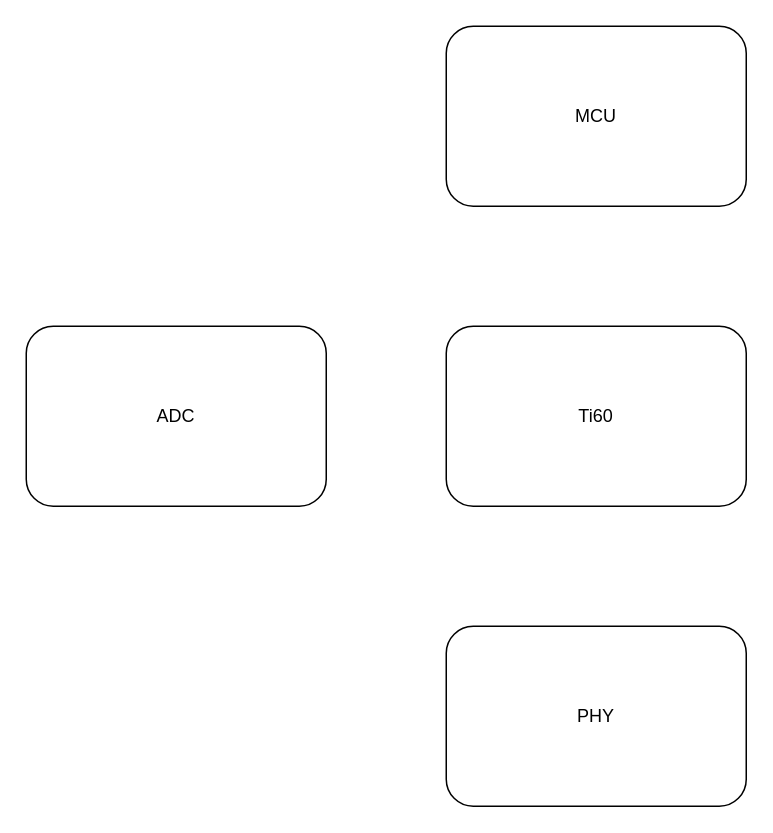
Above: A11-ATX-Platfrom.drawio in shenwangchong/learngit (draw.io), before the change. Source tidied: cells renumbered, new cells numbered last; positions are measured from the earlier drawing's top-left corner, leaving out a move shared by most shapes. Both pictures are drawn from the tidied source at 150%, with x=0, y=0 at pixel (26, 26).
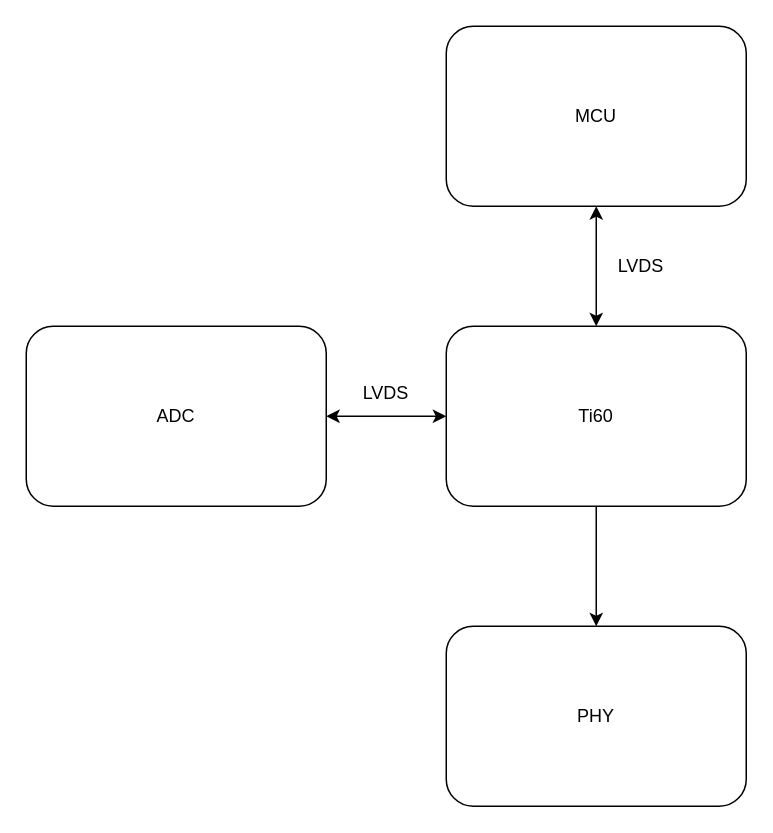
After the change.

Change to the diagram source:
```diff
@@
 <mxGraphModel>
   <root>
     <mxCell id="0" />
     <mxCell id="1" parent="0" />
     <mxCell id="2" value="Ti60" style="rounded=1;whiteSpace=wrap;html=1;roundedPerimeter=1;" parent="1" vertex="1">
       <mxGeometry x="280" y="200" width="200" height="120" as="geometry" />
     </mxCell>
     <mxCell id="3" value="MCU" style="rounded=1;whiteSpace=wrap;html=1;roundedPerimeter=1;" parent="1" vertex="1">
       <mxGeometry x="280" width="200" height="120" as="geometry" />
     </mxCell>
     <mxCell id="4" value="ADC" style="rounded=1;whiteSpace=wrap;html=1;roundedPerimeter=1;" parent="1" vertex="1">
       <mxGeometry y="200" width="200" height="120" as="geometry" />
     </mxCell>
     <mxCell id="5" value="PHY" style="rounded=1;whiteSpace=wrap;html=1;roundedPerimeter=1;" parent="1" vertex="1">
       <mxGeometry x="280" y="400" width="200" height="120" as="geometry" />
     </mxCell>
+    <mxCell id="6" style="endArrow=classic;startArrow=classic;html=1;rounded=0;entryX=0.5;entryY=1;entryDx=0;entryDy=0;" parent="1" edge="1" source="2" target="3">
+      <mxGeometry relative="1" as="geometry" />
+    </mxCell>
+    <mxCell id="7" style="endArrow=classic;startArrow=classic;html=1;rounded=0;entryX=1;entryY=0.5;entryDx=0;entryDy=0;exitX=0;exitY=0.5;exitDx=0;exitDy=0;" parent="1" edge="1" source="2" target="4">
+      <mxGeometry relative="1" as="geometry" />
+    </mxCell>
+    <mxCell id="8" style="endArrow=classic;html=1;rounded=0;entryX=0.5;entryY=0;entryDx=0;entryDy=0;exitX=0.5;exitY=1;exitDx=0;exitDy=0;" parent="1" edge="1" source="2" target="5">
+      <mxGeometry relative="1" as="geometry" />
+    </mxCell>
+    <mxCell id="9" value="LVDS" style="text;html=1;whiteSpace=wrap;strokeColor=none;fillColor=none;align=center;verticalAlign=middle;rounded=0;" parent="1" vertex="1">
+      <mxGeometry x="380" y="145" width="60" height="30" as="geometry" />
+    </mxCell>
+    <mxCell id="10" value="LVDS" style="text;html=1;whiteSpace=wrap;strokeColor=none;fillColor=none;align=center;verticalAlign=middle;rounded=0;" parent="1" vertex="1">
+      <mxGeometry x="210" y="230" width="60" height="30" as="geometry" />
+    </mxCell>
   </root>
 </mxGraphModel>
```
